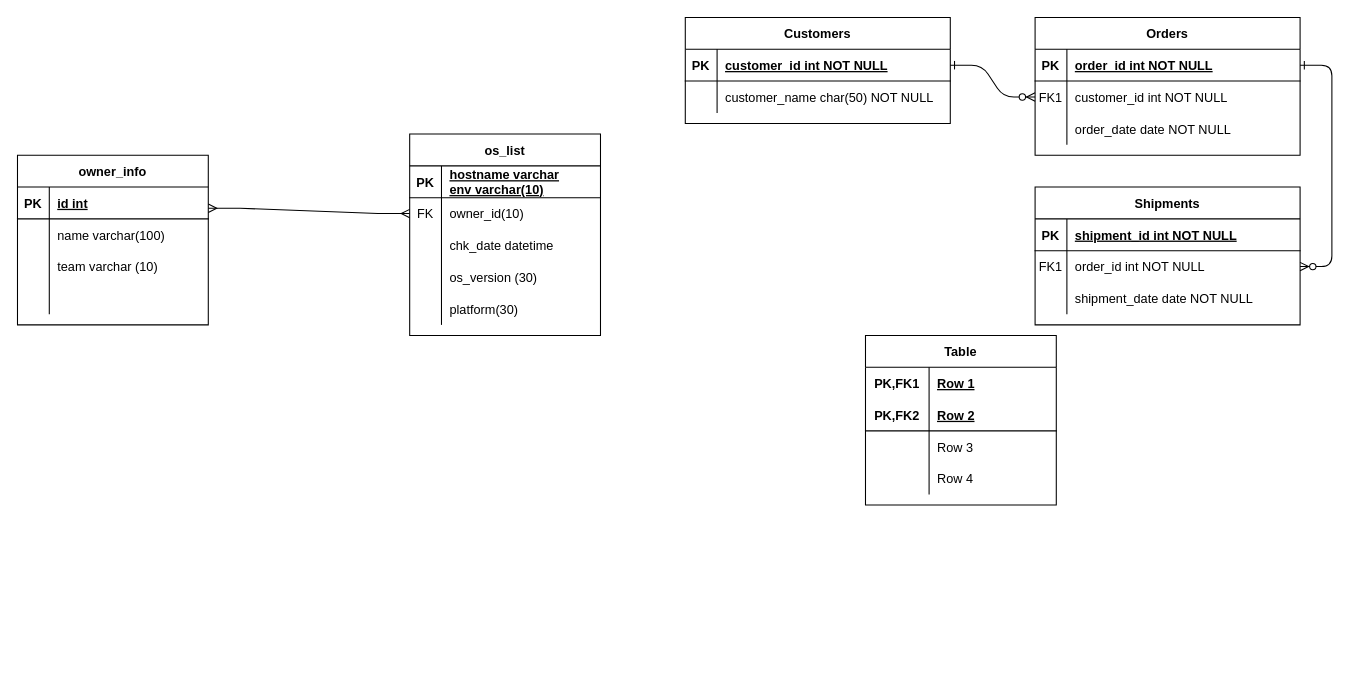
numnimjun/diagram keeps this draw.io diagram as diagram/dashb_er2.drawio. Above is the earlier version. Source tidied: cells renumbered, new cells numbered last; positions are measured from the earlier drawing's top-left corner, leaving out a move shared by most shapes. Both pictures are drawn from the tidied source at 106%, with x=0, y=0 at pixel (17, 17).
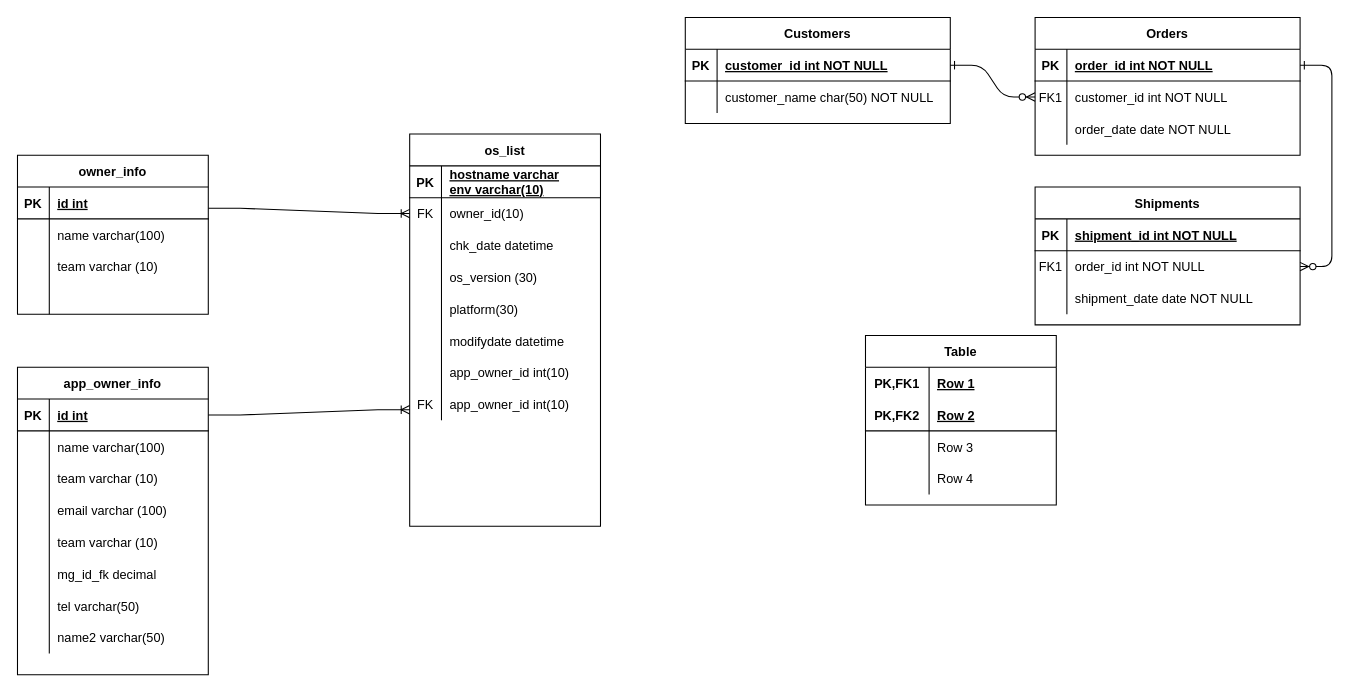
Above is the later version.

The change refers to these unchanged cells:
```xml
<mxCell id="61" style="shape=tableRow;horizontal=0;startSize=0;swimlaneHead=0;swimlaneBody=0;fillColor=none;points=[[0,0.5],[1,0.5]];portConstraint=eastwest;top=0;left=0;right=0;bottom=0;" parent="57" vertex="1">
  <mxGeometry y="60" width="180" height="30" as="geometry" />
</mxCell>
```

Change to the diagram source:
```diff
@@
     <mxCell id="31" value="owner_info" style="shape=table;startSize=30;childLayout=tableLayout;rowLines=0;fontStyle=1;align=center;" parent="1" vertex="1">
-      <mxGeometry y="130" width="180" height="160" as="geometry" />
+      <mxGeometry y="130" width="180" height="150" as="geometry" />
     </mxCell>
@@
     <mxCell id="57" value="os_list" style="shape=table;startSize=30;childLayout=tableLayout;rowLines=0;fontStyle=1;align=center;" parent="1" vertex="1">
-      <mxGeometry x="370" y="110" width="180" height="190" as="geometry" />
+      <mxGeometry x="370" y="110" width="180" height="370" as="geometry" />
     </mxCell>
@@
-    <mxCell id="73" style="edgeStyle=entityRelationEdgeStyle;fontSize=12;html=1;endArrow=ERmany;startArrow=ERmany;rounded=0;entryX=0;entryY=0.5;entryDx=0;entryDy=0;" parent="1" edge="1" target="61">
-      <mxGeometry relative="1" as="geometry">
-        <mxPoint x="180" y="180" as="sourcePoint" />
-      </mxGeometry>
-    </mxCell>
+    <mxCell id="74" style="shape=tableRow;horizontal=0;startSize=0;swimlaneHead=0;swimlaneBody=0;fillColor=none;top=0;left=0;right=0;bottom=0;" parent="57" vertex="1">
+      <mxGeometry y="180" width="180" height="30" as="geometry" />
+    </mxCell>
+    <mxCell id="75" style="shape=partialRectangle;fillColor=none;top=0;left=0;bottom=0;right=0;overflow=hidden;" parent="74" vertex="1">
+      <mxGeometry width="30" height="30" as="geometry" />
+    </mxCell>
+    <mxCell id="76" value="modifydate datetime" style="shape=partialRectangle;fillColor=none;top=0;left=0;bottom=0;right=0;align=left;spacingLeft=6;overflow=hidden;" parent="74" vertex="1">
+      <mxGeometry x="30" width="150" height="30" as="geometry" />
+    </mxCell>
+    <mxCell id="77" style="shape=tableRow;horizontal=0;startSize=0;swimlaneHead=0;swimlaneBody=0;fillColor=none;top=0;left=0;right=0;bottom=0;" parent="57" vertex="1">
+      <mxGeometry y="210" width="180" height="30" as="geometry" />
+    </mxCell>
+    <mxCell id="78" style="shape=partialRectangle;fillColor=none;top=0;left=0;bottom=0;right=0;overflow=hidden;" parent="77" vertex="1">
+      <mxGeometry width="30" height="30" as="geometry" />
+    </mxCell>
+    <mxCell id="79" value="app_owner_id int(10)" style="shape=partialRectangle;fillColor=none;top=0;left=0;bottom=0;right=0;align=left;spacingLeft=6;overflow=hidden;" parent="77" vertex="1">
+      <mxGeometry x="30" width="150" height="30" as="geometry" />
+    </mxCell>
+    <mxCell id="80" style="shape=tableRow;horizontal=0;startSize=0;swimlaneHead=0;swimlaneBody=0;fillColor=none;top=0;left=0;right=0;bottom=0;" parent="57" vertex="1">
+      <mxGeometry y="240" width="180" height="30" as="geometry" />
+    </mxCell>
+    <mxCell id="81" style="shape=partialRectangle;fillColor=none;top=0;left=0;bottom=0;right=0;overflow=hidden;" parent="80" vertex="1">
+      <mxGeometry width="30" height="30" as="geometry" />
+    </mxCell>
+    <mxCell id="82" value="app_owner_id int(10)" style="shape=partialRectangle;fillColor=none;top=0;left=0;bottom=0;right=0;align=left;spacingLeft=6;overflow=hidden;" parent="80" vertex="1">
+      <mxGeometry x="30" width="150" height="30" as="geometry" />
+    </mxCell>
+    <mxCell id="83" value="app_owner_info" style="shape=table;startSize=30;childLayout=tableLayout;rowLines=0;fontStyle=1;align=center;" parent="1" vertex="1">
+      <mxGeometry y="330" width="180" height="290" as="geometry" />
+    </mxCell>
+    <mxCell id="84" style="shape=tableRow;horizontal=0;startSize=0;swimlaneHead=0;swimlaneBody=0;fillColor=none;points=[[0,0.5],[1,0.5]];portConstraint=eastwest;top=0;left=0;right=0;bottom=1;" parent="83" vertex="1">
+      <mxGeometry y="30" width="180" height="30" as="geometry" />
+    </mxCell>
+    <mxCell id="85" value="PK" style="shape=partialRectangle;fillColor=none;top=0;left=0;bottom=0;right=0;fontStyle=1;overflow=hidden;" parent="84" vertex="1">
+      <mxGeometry width="30" height="30" as="geometry" />
+    </mxCell>
+    <mxCell id="86" value="id int" style="shape=partialRectangle;fillColor=none;top=0;left=0;bottom=0;right=0;align=left;spacingLeft=6;fontStyle=5;overflow=hidden;" parent="84" vertex="1">
+      <mxGeometry x="30" width="150" height="30" as="geometry" />
+    </mxCell>
+    <mxCell id="87" style="shape=tableRow;horizontal=0;startSize=0;swimlaneHead=0;swimlaneBody=0;fillColor=none;top=0;left=0;right=0;bottom=0;" parent="83" vertex="1">
+      <mxGeometry y="60" width="180" height="30" as="geometry" />
+    </mxCell>
+    <mxCell id="88" style="shape=partialRectangle;fillColor=none;top=0;left=0;bottom=0;right=0;overflow=hidden;" parent="87" vertex="1">
+      <mxGeometry width="30" height="30" as="geometry" />
+    </mxCell>
+    <mxCell id="89" value="name varchar(100)" style="shape=partialRectangle;fillColor=none;top=0;left=0;bottom=0;right=0;align=left;spacingLeft=6;overflow=hidden;" parent="87" vertex="1">
+      <mxGeometry x="30" width="150" height="30" as="geometry" />
+    </mxCell>
+    <mxCell id="90" style="shape=tableRow;horizontal=0;startSize=0;swimlaneHead=0;swimlaneBody=0;fillColor=none;top=0;left=0;right=0;bottom=0;" parent="83" vertex="1">
+      <mxGeometry y="90" width="180" height="30" as="geometry" />
+    </mxCell>
+    <mxCell id="91" style="shape=partialRectangle;fillColor=none;top=0;left=0;bottom=0;right=0;overflow=hidden;" parent="90" vertex="1">
+      <mxGeometry width="30" height="30" as="geometry" />
+    </mxCell>
+    <mxCell id="92" value="team varchar (10)" style="shape=partialRectangle;fillColor=none;top=0;left=0;bottom=0;right=0;align=left;spacingLeft=6;overflow=hidden;" parent="90" vertex="1">
+      <mxGeometry x="30" width="150" height="30" as="geometry" />
+    </mxCell>
+    <mxCell id="93" style="shape=tableRow;horizontal=0;startSize=0;swimlaneHead=0;swimlaneBody=0;fillColor=none;top=0;left=0;right=0;bottom=0;" parent="83" vertex="1">
+      <mxGeometry y="120" width="180" height="30" as="geometry" />
+    </mxCell>
+    <mxCell id="94" style="shape=partialRectangle;fillColor=none;top=0;left=0;bottom=0;right=0;overflow=hidden;" parent="93" vertex="1">
+      <mxGeometry width="30" height="30" as="geometry" />
+    </mxCell>
+    <mxCell id="95" value="email varchar (100)" style="shape=partialRectangle;fillColor=none;top=0;left=0;bottom=0;right=0;align=left;spacingLeft=6;overflow=hidden;" parent="93" vertex="1">
+      <mxGeometry x="30" width="150" height="30" as="geometry" />
+    </mxCell>
+    <mxCell id="96" style="shape=tableRow;horizontal=0;startSize=0;swimlaneHead=0;swimlaneBody=0;fillColor=none;top=0;left=0;right=0;bottom=0;" parent="83" vertex="1">
+      <mxGeometry y="150" width="180" height="30" as="geometry" />
+    </mxCell>
+    <mxCell id="97" style="shape=partialRectangle;fillColor=none;top=0;left=0;bottom=0;right=0;overflow=hidden;" parent="96" vertex="1">
+      <mxGeometry width="30" height="30" as="geometry" />
+    </mxCell>
+    <mxCell id="98" value="team varchar (10)" style="shape=partialRectangle;fillColor=none;top=0;left=0;bottom=0;right=0;align=left;spacingLeft=6;overflow=hidden;" parent="96" vertex="1">
+      <mxGeometry x="30" width="150" height="30" as="geometry" />
+    </mxCell>
+    <mxCell id="99" style="shape=tableRow;horizontal=0;startSize=0;swimlaneHead=0;swimlaneBody=0;fillColor=none;top=0;left=0;right=0;bottom=0;" parent="83" vertex="1">
+      <mxGeometry y="180" width="180" height="30" as="geometry" />
+    </mxCell>
+    <mxCell id="100" style="shape=partialRectangle;fillColor=none;top=0;left=0;bottom=0;right=0;overflow=hidden;" parent="99" vertex="1">
+      <mxGeometry width="30" height="30" as="geometry" />
+    </mxCell>
+    <mxCell id="101" value="mg_id_fk decimal" style="shape=partialRectangle;fillColor=none;top=0;left=0;bottom=0;right=0;align=left;spacingLeft=6;overflow=hidden;" parent="99" vertex="1">
+      <mxGeometry x="30" width="150" height="30" as="geometry" />
+    </mxCell>
+    <mxCell id="102" style="shape=tableRow;horizontal=0;startSize=0;swimlaneHead=0;swimlaneBody=0;fillColor=none;top=0;left=0;right=0;bottom=0;" parent="83" vertex="1">
+      <mxGeometry y="210" width="180" height="30" as="geometry" />
+    </mxCell>
+    <mxCell id="103" style="shape=partialRectangle;fillColor=none;top=0;left=0;bottom=0;right=0;overflow=hidden;" parent="102" vertex="1">
+      <mxGeometry width="30" height="30" as="geometry" />
+    </mxCell>
+    <mxCell id="104" value="tel varchar(50)" style="shape=partialRectangle;fillColor=none;top=0;left=0;bottom=0;right=0;align=left;spacingLeft=6;overflow=hidden;" parent="102" vertex="1">
+      <mxGeometry x="30" width="150" height="30" as="geometry" />
+    </mxCell>
+    <mxCell id="105" style="shape=tableRow;horizontal=0;startSize=0;swimlaneHead=0;swimlaneBody=0;fillColor=none;top=0;left=0;right=0;bottom=0;" parent="83" vertex="1">
+      <mxGeometry y="240" width="180" height="30" as="geometry" />
+    </mxCell>
+    <mxCell id="106" style="shape=partialRectangle;fillColor=none;top=0;left=0;bottom=0;right=0;overflow=hidden;" parent="105" vertex="1">
+      <mxGeometry width="30" height="30" as="geometry" />
+    </mxCell>
+    <mxCell id="107" value="name2 varchar(50)" style="shape=partialRectangle;fillColor=none;top=0;left=0;bottom=0;right=0;align=left;spacingLeft=6;overflow=hidden;" parent="105" vertex="1">
+      <mxGeometry x="30" width="150" height="30" as="geometry" />
+    </mxCell>
+    <mxCell id="108" value="FK" style="shape=partialRectangle;fillColor=none;top=0;left=0;bottom=0;right=0;fontStyle=0;overflow=hidden;" parent="1" vertex="1">
+      <mxGeometry x="370" y="350" width="30" height="30" as="geometry" />
+    </mxCell>
+    <mxCell id="109" style="edgeStyle=entityRelationEdgeStyle;fontSize=12;html=1;endArrow=ERoneToMany;rounded=0;entryX=0;entryY=0.5;entryDx=0;entryDy=0;" parent="1" edge="1" target="61">
+      <mxGeometry relative="1" as="geometry">
+        <mxPoint x="180" y="180" as="sourcePoint" />
+      </mxGeometry>
+    </mxCell>
+    <mxCell id="110" style="edgeStyle=entityRelationEdgeStyle;fontSize=12;html=1;endArrow=ERoneToMany;rounded=0;exitX=1;exitY=0.5;exitDx=0;exitDy=0;" parent="1" edge="1" source="84">
+      <mxGeometry relative="1" as="geometry">
+        <mxPoint x="370" y="370" as="targetPoint" />
+      </mxGeometry>
+    </mxCell>
```
